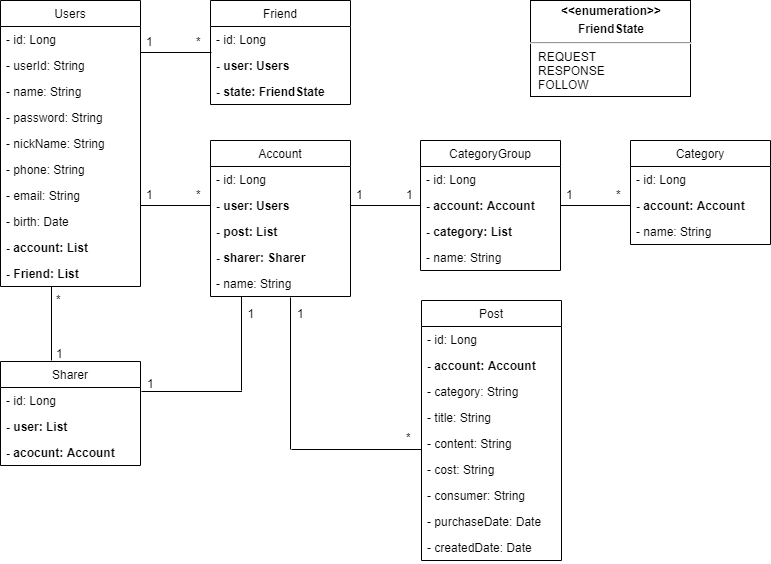
Earlier version of the draw.io export image/UML.png (Kpearl/gongbu_server). Source tidied: cells renumbered, new cells last; positions are measured from the earlier drawing's top-left corner, leaving out a move shared by most shapes.
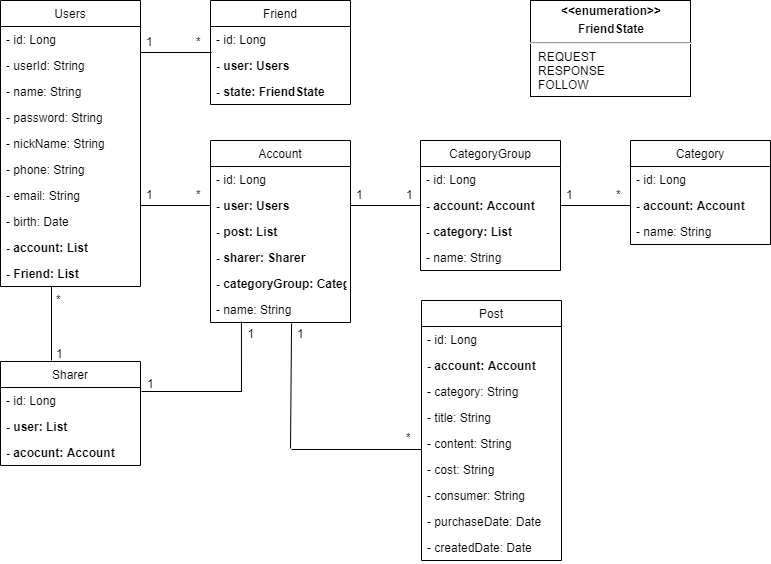
Later version of the same file.

Diff of the diagram source:
```diff
@@ -16,14 +16,14 @@
     <mxCell id="5" value="*" style="text;strokeColor=none;fillColor=none;align=left;verticalAlign=top;spacingLeft=4;spacingRight=4;overflow=hidden;" parent="1" vertex="1">
       <mxGeometry x="190" y="181" width="20" height="30" as="geometry" />
     </mxCell>
-    <mxCell id="6" style="rounded=0;orthogonalLoop=1;jettySize=auto;html=1;startFill=1;endFill=0;endArrow=none;exitX=0.5;exitY=1.038;exitDx=0;exitDy=0;exitPerimeter=0;" parent="1" edge="1">
+    <mxCell id="6" style="rounded=0;orthogonalLoop=1;jettySize=auto;html=1;startFill=1;endFill=0;endArrow=none;exitX=0.579;exitY=1.077;exitDx=0;exitDy=0;exitPerimeter=0;" parent="1" edge="1">
       <mxGeometry relative="1" as="geometry">
-        <mxPoint x="290" y="297" as="sourcePoint" />
-        <mxPoint x="290" y="449" as="targetPoint" />
+        <mxPoint x="291.1" y="323" as="sourcePoint" />
+        <mxPoint x="290" y="448" as="targetPoint" />
       </mxGeometry>
     </mxCell>
     <mxCell id="7" value="1" style="text;strokeColor=none;fillColor=none;align=left;verticalAlign=top;spacingLeft=4;spacingRight=4;overflow=hidden;" parent="1" vertex="1">
-      <mxGeometry x="291" y="300" width="20" height="20" as="geometry" />
+      <mxGeometry x="291" y="320" width="20" height="30" as="geometry" />
     </mxCell>
     <mxCell id="8" value="*" style="text;strokeColor=none;fillColor=none;align=left;verticalAlign=top;spacingLeft=4;spacingRight=4;overflow=hidden;" parent="1" vertex="1">
       <mxGeometry x="400" y="424" width="20" height="30" as="geometry" />
@@ -92,7 +92,7 @@
       <mxGeometry y="260" width="140" height="26" as="geometry" />
     </mxCell>
     <mxCell id="30" value="Account" style="swimlane;fontStyle=0;horizontal=1;startSize=26;fillColor=none;" parent="1" vertex="1">
-      <mxGeometry x="210" y="140" width="140" height="156" as="geometry" />
+      <mxGeometry x="210" y="140" width="140" height="182" as="geometry" />
     </mxCell>
     <mxCell id="31" value="- id: Long" style="text;strokeColor=none;fillColor=none;align=left;verticalAlign=top;spacingLeft=4;spacingRight=4;overflow=hidden;" parent="30" vertex="1">
       <mxGeometry y="26" width="140" height="26" as="geometry" />
@@ -106,8 +106,11 @@
     <mxCell id="34" value="- sharer: Sharer" style="text;strokeColor=none;fillColor=none;align=left;verticalAlign=top;spacingLeft=4;spacingRight=4;overflow=hidden;fontStyle=1;" parent="30" vertex="1">
       <mxGeometry y="104" width="140" height="26" as="geometry" />
     </mxCell>
+    <mxCell id="71" value="- categoryGroup: CategoryGroup" style="text;strokeColor=none;fillColor=none;align=left;verticalAlign=top;spacingLeft=4;spacingRight=4;overflow=hidden;fontStyle=1;" parent="30" vertex="1">
+      <mxGeometry y="130" width="140" height="26" as="geometry" />
+    </mxCell>
     <mxCell id="35" value="- name: String" style="text;strokeColor=none;fillColor=none;align=left;verticalAlign=top;spacingLeft=4;spacingRight=4;overflow=hidden;" parent="30" vertex="1">
-      <mxGeometry y="130" width="140" height="26" as="geometry" />
+      <mxGeometry y="156" width="140" height="26" as="geometry" />
     </mxCell>
     <mxCell id="36" value="CategoryGroup" style="swimlane;fontStyle=0;horizontal=1;startSize=26;fillColor=none;" parent="1" vertex="1">
       <mxGeometry x="420" y="140" width="140" height="130" as="geometry" />
@@ -193,17 +196,17 @@
     <mxCell id="63" value="- acocunt: Account" style="text;strokeColor=none;fillColor=none;align=left;verticalAlign=top;spacingLeft=4;spacingRight=4;overflow=hidden;fontStyle=1;" parent="60" vertex="1">
       <mxGeometry y="78" width="140" height="26" as="geometry" />
     </mxCell>
-    <mxCell id="64" style="rounded=0;orthogonalLoop=1;jettySize=auto;html=1;startFill=1;endFill=0;endArrow=none;exitX=0.5;exitY=1.038;exitDx=0;exitDy=0;exitPerimeter=0;" parent="1" edge="1">
+    <mxCell id="64" style="rounded=0;orthogonalLoop=1;jettySize=auto;html=1;startFill=1;endFill=0;endArrow=none;exitX=0.221;exitY=0.923;exitDx=0;exitDy=0;exitPerimeter=0;" parent="1" edge="1">
       <mxGeometry relative="1" as="geometry">
-        <mxPoint x="241" y="296" as="sourcePoint" />
-        <mxPoint x="241" y="390" as="targetPoint" />
+        <mxPoint x="240.9" y="321" as="sourcePoint" />
+        <mxPoint x="241" y="391" as="targetPoint" />
       </mxGeometry>
     </mxCell>
     <mxCell id="65" style="line;strokeWidth=1;fillColor=none;align=left;verticalAlign=middle;spacingTop=-1;spacingLeft=3;spacingRight=3;labelPosition=right;" parent="1" vertex="1">
       <mxGeometry x="141" y="387" width="100.5" height="8" as="geometry" />
     </mxCell>
     <mxCell id="66" value="1" style="text;strokeColor=none;fillColor=none;align=left;verticalAlign=top;spacingLeft=4;spacingRight=4;overflow=hidden;" parent="1" vertex="1">
-      <mxGeometry x="241.5" y="300" width="20" height="20" as="geometry" />
+      <mxGeometry x="241.5" y="320" width="20" height="20" as="geometry" />
     </mxCell>
     <mxCell id="67" value="1" style="text;strokeColor=none;fillColor=none;align=left;verticalAlign=top;spacingLeft=4;spacingRight=4;overflow=hidden;" parent="1" vertex="1">
       <mxGeometry x="141" y="370" width="20" height="30" as="geometry" />
```
